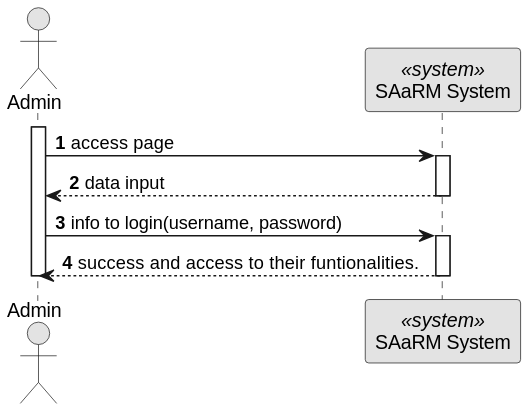
Above: docs/BackofficeModule/7.2.2/sequence-diagram-1.svg in Ana-Miguel-Silva/SurgicalAppointmentAndResourceManagement (PlantUML), before the change.
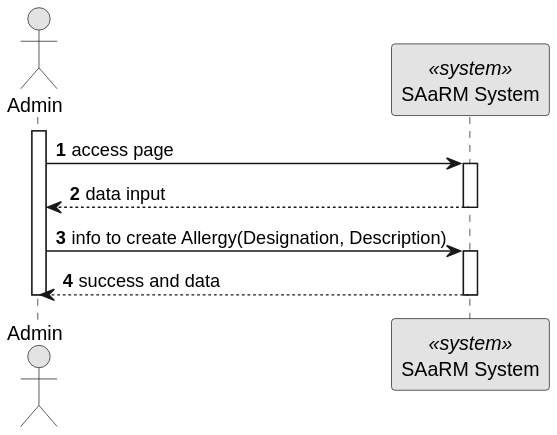
The same diagram one commit later.

Diff of the diagram source:
```diff
@@ -13,9 +13,9 @@
 activate SYS
 SYS --> AD : data input
 deactivate SYS
-AD -> SYS : info to login(username, password)
+AD -> SYS : info to create Allergy(Designation, Description)
 activate SYS
-SYS --> AD : success and access to their funtionalities.
+SYS --> AD : success and data
 
 deactivate SYS
 
```
